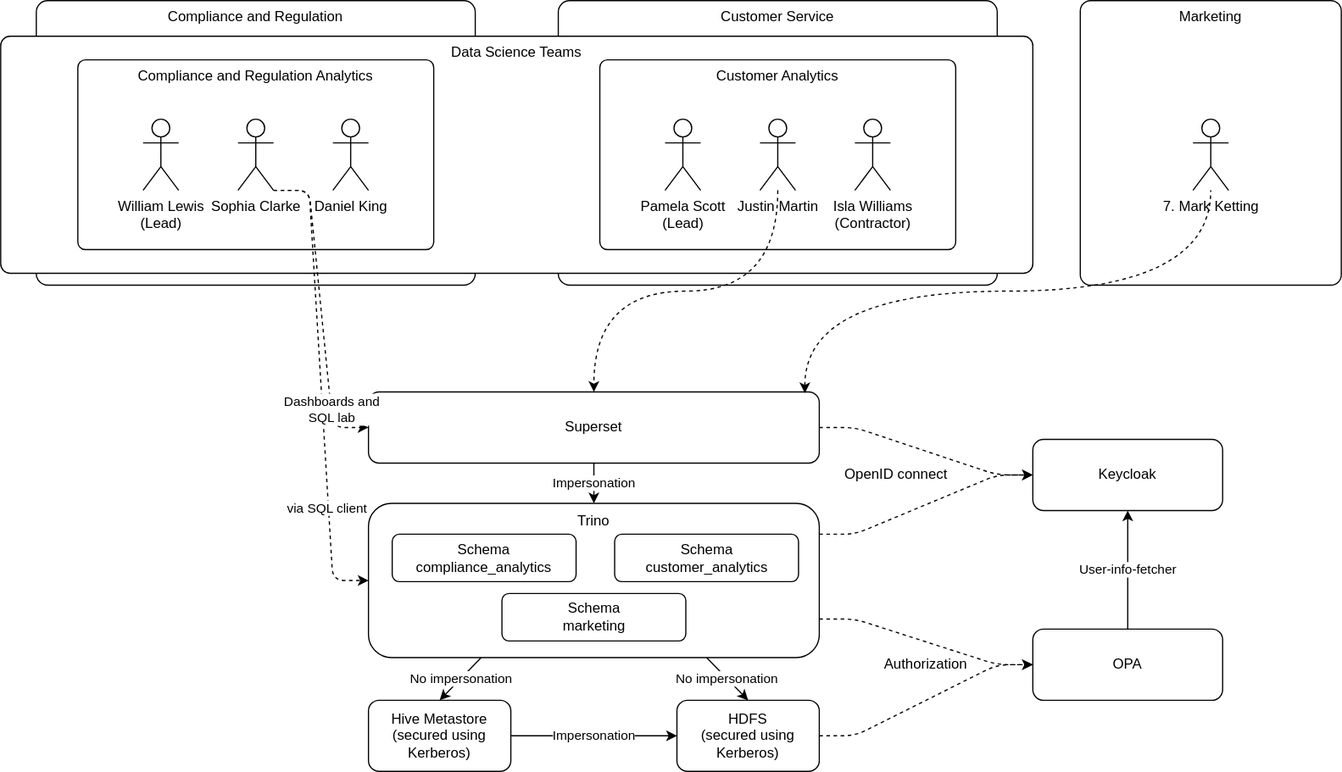
This is docs/modules/demos/images/end-to-end-security/overview.drawio.svg from stackabletech/demos, a draw.io export, as it was before one commit. Source tidied: cells renumbered, new cells last; positions are measured from the earlier drawing's top-left corner, leaving out a move shared by most shapes.
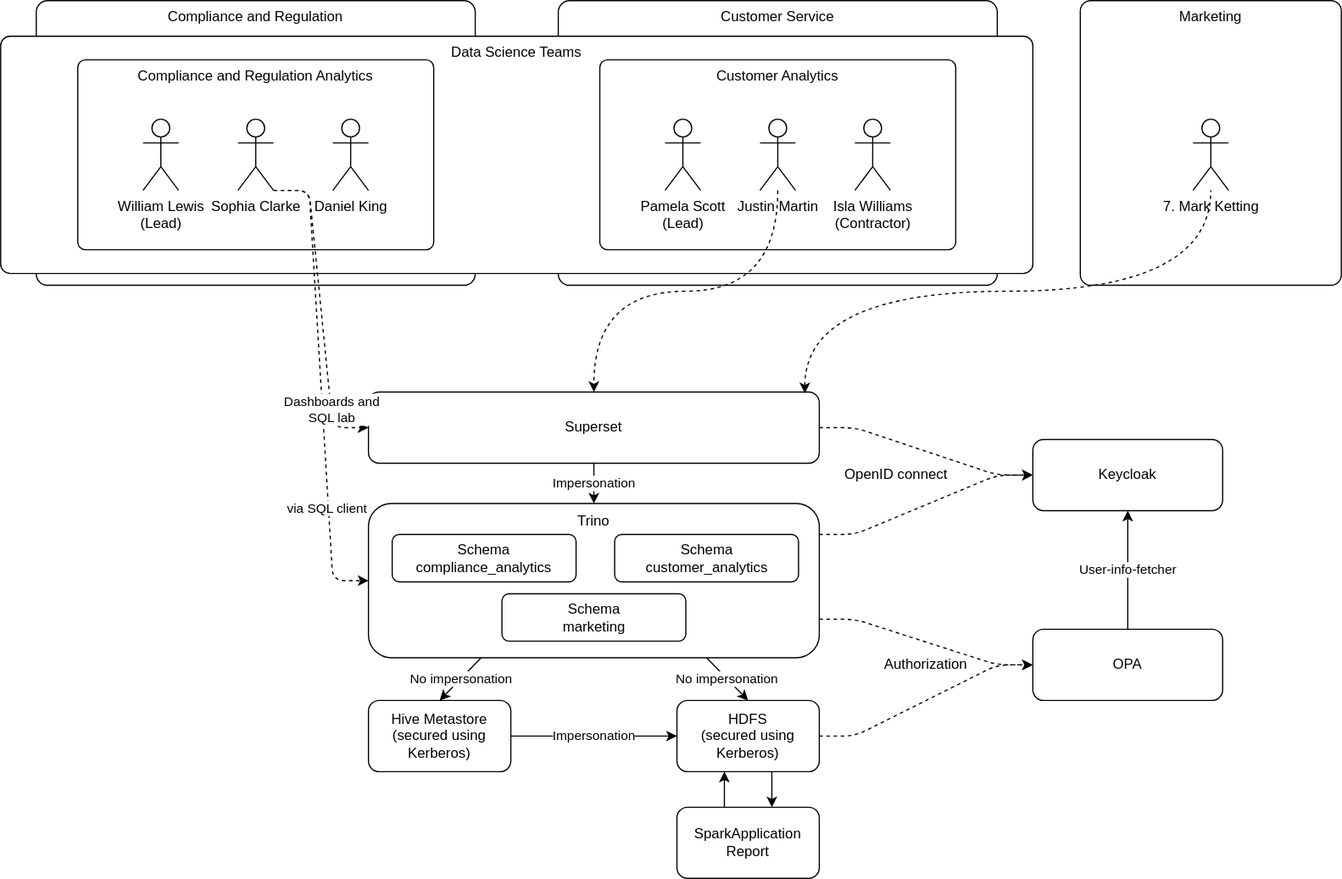
After the commit.

Commit message:
Add Spark to diagram

What changed in the source:
```diff
@@ -53,6 +53,14 @@
     <mxCell id="18" style="edgeStyle=entityRelationEdgeStyle;html=1;dashed=1;fillColor=#60a917;strokeColor=#000000;strokeWidth=1;" parent="1" edge="1" source="19" target="31">
       <mxGeometry relative="1" as="geometry" />
     </mxCell>
+    <mxCell id="41" style="edgeStyle=orthogonalEdgeStyle;rounded=0;jettySize=auto;html=1;" parent="1" edge="1" source="19" target="43">
+      <mxGeometry relative="1" as="geometry">
+        <Array as="points">
+          <mxPoint x="650" y="670" />
+          <mxPoint x="650" y="670" />
+        </Array>
+      </mxGeometry>
+    </mxCell>
     <mxCell id="19" value="HDFS&lt;br&gt;(secured using&lt;br&gt;Kerberos)" style="rounded=1;whiteSpace=wrap;html=1;" parent="1" vertex="1">
       <mxGeometry x="570" y="590" width="120" height="60" as="geometry" />
     </mxCell>
@@ -121,5 +129,14 @@
     <mxCell id="40" style="edgeStyle=orthogonalEdgeStyle;rounded=0;jettySize=auto;html=1;curved=1;exitX=0.968;exitY=0.017;exitDx=0;exitDy=0;exitPerimeter=0;dashed=1;startArrow=classic;startFill=1;endArrow=none;endFill=0;" parent="1" edge="1" source="22" target="32">
       <mxGeometry relative="1" as="geometry" />
     </mxCell>
+    <mxCell id="42" style="edgeStyle=orthogonalEdgeStyle;rounded=0;orthogonalLoop=1;jettySize=auto;html=1;entryX=0.5;entryY=1;entryDx=0;entryDy=0;" parent="1" edge="1">
+      <mxGeometry relative="1" as="geometry">
+        <mxPoint x="610" y="680" as="sourcePoint" />
+        <mxPoint x="610" y="650" as="targetPoint" />
+      </mxGeometry>
+    </mxCell>
+    <mxCell id="43" value="&lt;div&gt;SparkApplication&lt;/div&gt;&lt;div&gt;Report&lt;br&gt;&lt;/div&gt;" style="rounded=1;whiteSpace=wrap;html=1;" parent="1" vertex="1">
+      <mxGeometry x="570" y="680" width="120" height="60" as="geometry" />
+    </mxCell>
   </root>
 </mxGraphModel>
```
